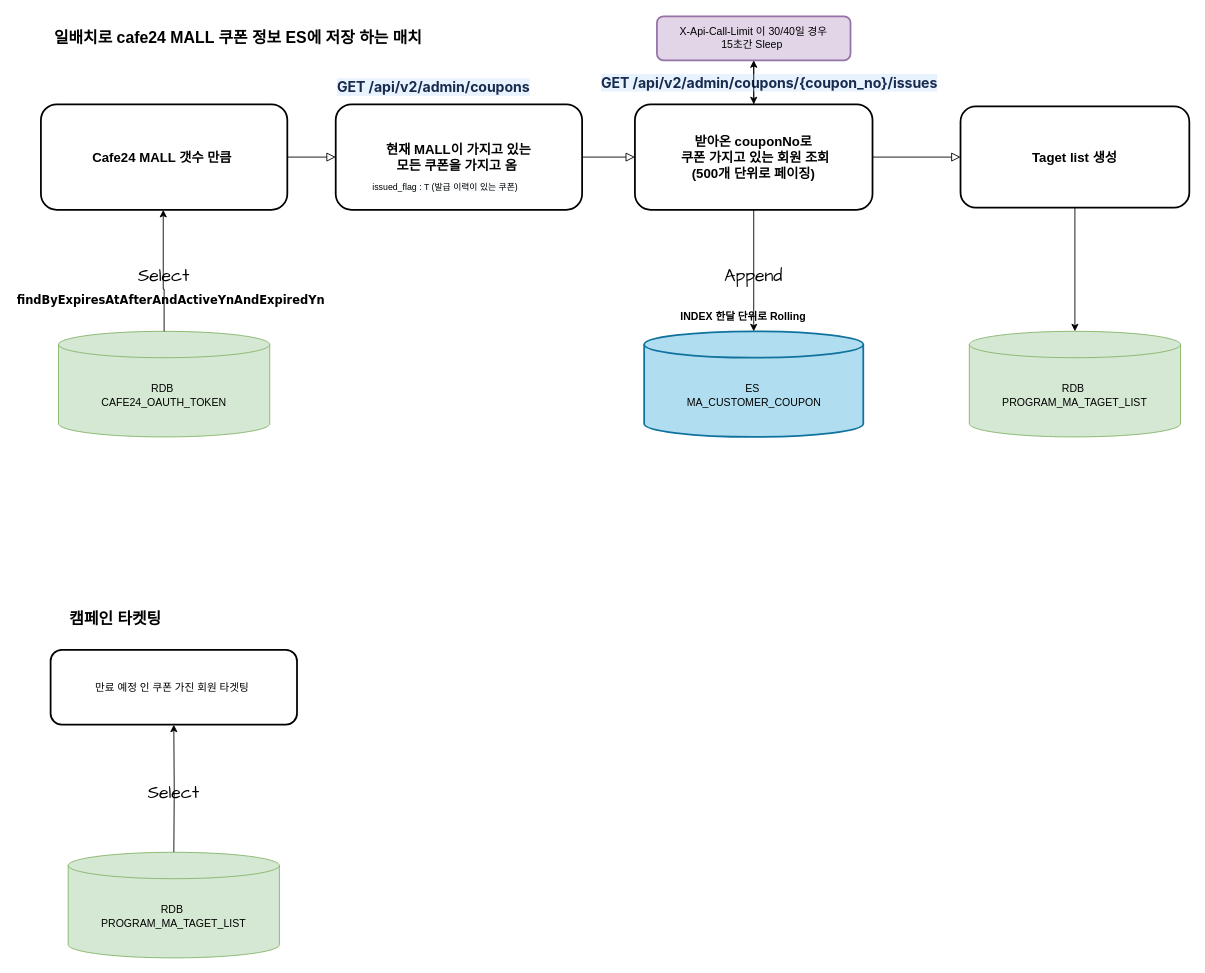
Earlier version of the draw.io diagram 쿠폰연계.drawio (jaero0725/draw_io). Source tidied: cells renumbered, new cells numbered last; positions are measured from the earlier drawing's top-left corner, leaving out a move shared by most shapes. Both pictures are drawn from the tidied source at 88%, with x=0, y=0 at pixel (15, 16).
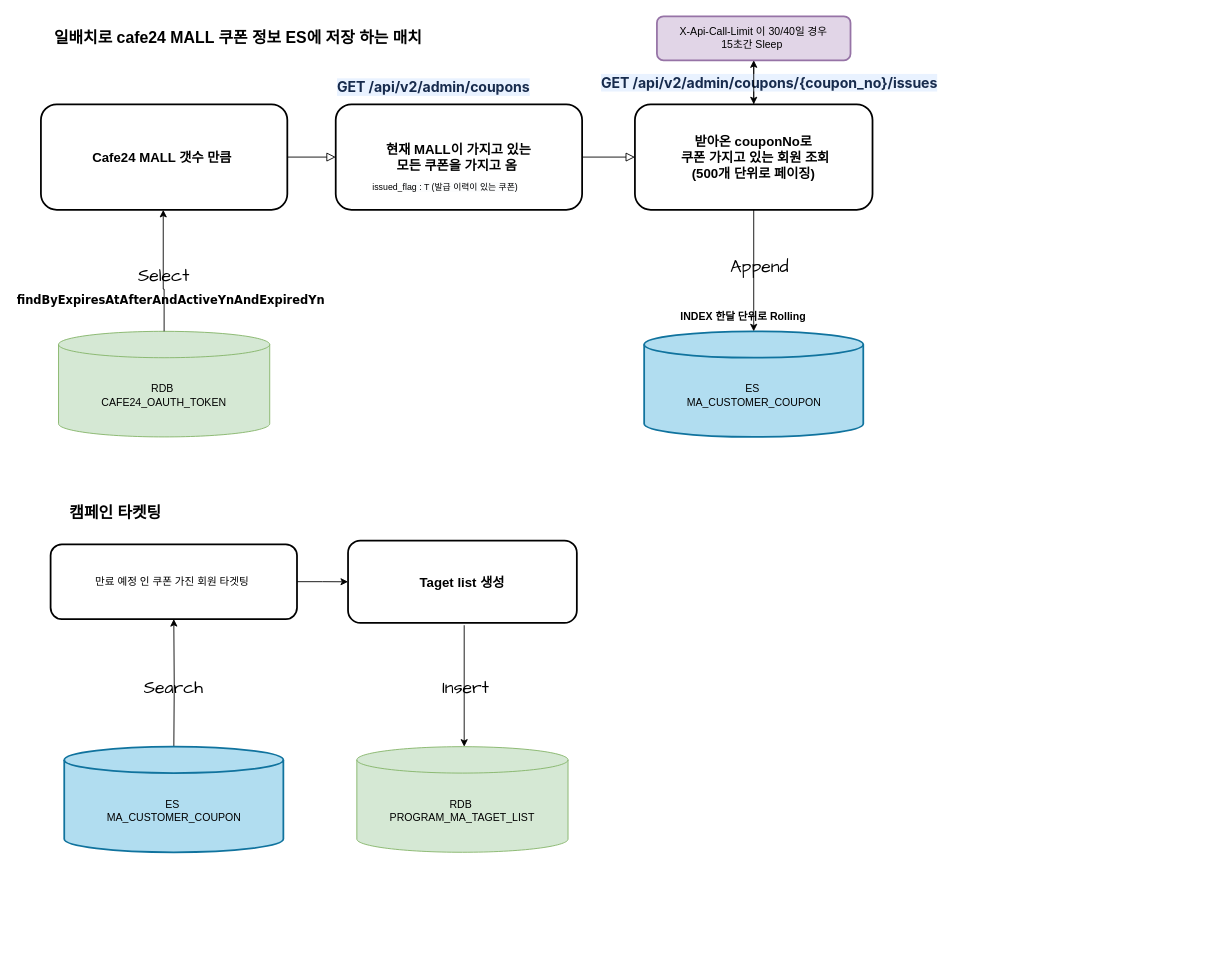
After the change.

Commit message:
쿠폰연계.drawio 업데이트

The change refers to these unchanged cells:
```xml
<mxCell id="5" value="&lt;b style=&quot;font-size: 15px;&quot;&gt;받아온 couponNo로&lt;br style=&quot;font-size: 15px;&quot;&gt;&amp;nbsp;쿠폰 가지고 있는 회원 조회&lt;br style=&quot;font-size: 15px;&quot;&gt;&amp;nbsp;(500개 단위로 페이징)&amp;nbsp;&lt;/b&gt;" style="rounded=1;whiteSpace=wrap;html=1;fontSize=15;glass=0;strokeWidth=2;shadow=0;labelBackgroundColor=none;" parent="1" vertex="1">
  <mxGeometry x="704" y="100" width="270" height="120" as="geometry" />
</mxCell>
```

The edit, as a diff of the source:
```diff
@@
     <mxCell id="12" value="&lt;span style=&quot;font-size: 18px;&quot;&gt;&lt;b&gt;캠페인 타켓팅&lt;br&gt;&lt;/b&gt;&lt;/span&gt;" style="text;strokeColor=none;align=center;fillColor=none;html=1;verticalAlign=middle;whiteSpace=wrap;rounded=0;" parent="1" vertex="1">
-      <mxGeometry x="14" y="660" width="200" height="50" as="geometry" />
+      <mxGeometry x="14" y="540" width="200" height="50" as="geometry" />
     </mxCell>
     <mxCell id="13" style="edgeStyle=orthogonalEdgeStyle;rounded=0;jettySize=auto;html=1;entryX=0.5;entryY=1;entryDx=0;entryDy=0;" parent="1" edge="1" target="14">
       <mxGeometry relative="1" as="geometry">
-        <mxPoint x="180" y="956" as="sourcePoint" />
+        <mxPoint x="180" y="836" as="sourcePoint" />
       </mxGeometry>
     </mxCell>
+    <mxCell id="31" style="edgeStyle=orthogonalEdgeStyle;rounded=0;jettySize=auto;html=1;" parent="1" edge="1" source="14" target="24">
+      <mxGeometry relative="1" as="geometry" />
+    </mxCell>
     <mxCell id="14" value="만료 예정 인 쿠폰 가진 회원 타겟팅&amp;nbsp;" style="rounded=1;whiteSpace=wrap;html=1;fontSize=12;glass=0;strokeWidth=2;shadow=0;labelBackgroundColor=none;" parent="1" vertex="1">
-      <mxGeometry x="40" y="720" width="280" height="85" as="geometry" />
+      <mxGeometry x="40" y="600" width="280" height="85" as="geometry" />
     </mxCell>
@@
-    <mxCell id="18" value="Append" style="whiteSpace=wrap;html=1;sketch=1;hachureGap=4;jiggle=2;curveFitting=1;fontFamily=Architects Daughter;fontSize=20;strokeColor=none;fillColor=none;" parent="1" vertex="1">
-      <mxGeometry x="747" y="280" width="184" height="28" as="geometry" />
+    <mxCell id="18" value="Insert" style="whiteSpace=wrap;html=1;sketch=1;hachureGap=4;jiggle=2;curveFitting=1;fontFamily=Architects Daughter;fontSize=20;strokeColor=none;fillColor=none;" parent="1" vertex="1">
+      <mxGeometry x="420" y="748" width="184" height="28" as="geometry" />
     </mxCell>
@@
-    <mxCell id="20" value="Select" style="whiteSpace=wrap;html=1;sketch=1;hachureGap=4;jiggle=2;curveFitting=1;fontFamily=Architects Daughter;fontSize=20;strokeColor=none;fillColor=none;" parent="1" vertex="1">
-      <mxGeometry x="120" y="868" width="120" height="28" as="geometry" />
+    <mxCell id="20" value="Search" style="whiteSpace=wrap;html=1;sketch=1;hachureGap=4;jiggle=2;curveFitting=1;fontFamily=Architects Daughter;fontSize=20;strokeColor=none;fillColor=none;" parent="1" vertex="1">
+      <mxGeometry x="120" y="748" width="120" height="28" as="geometry" />
     </mxCell>
@@
-    <mxCell id="24" value="&lt;b&gt;Taget list 생성&lt;/b&gt;" style="whiteSpace=wrap;html=1;rounded=1;glass=0;strokeWidth=2;shadow=0;labelBackgroundColor=none;fontSize=15;" parent="1" vertex="1">
-      <mxGeometry x="1074" y="102.5" width="260" height="115" as="geometry" />
-    </mxCell>
     <mxCell id="25" value="RDB&amp;nbsp;&lt;br&gt;PROGRAM_MA_TAGET_LIST" style="shape=cylinder3;whiteSpace=wrap;html=1;boundedLbl=1;backgroundOutline=1;size=15;fillColor=#d5e8d4;strokeColor=#82b366;" parent="1" vertex="1">
-      <mxGeometry x="1084" y="358" width="240" height="120" as="geometry" />
+      <mxGeometry x="388" y="830" width="240" height="120" as="geometry" />
     </mxCell>
-    <mxCell id="26" style="edgeStyle=orthogonalEdgeStyle;rounded=0;jettySize=auto;html=1;entryX=0.5;entryY=0;entryDx=0;entryDy=0;entryPerimeter=0;exitX=0.5;exitY=1;exitDx=0;exitDy=0;" parent="1" edge="1" source="24" target="25">
-      <mxGeometry relative="1" as="geometry" />
-    </mxCell>
-    <mxCell id="27" style="rounded=0;html=1;jettySize=auto;fontSize=11;endArrow=block;endFill=0;endSize=8;strokeWidth=1;shadow=0;labelBackgroundColor=none;edgeStyle=orthogonalEdgeStyle;fontColor=default;exitX=1;exitY=0.5;exitDx=0;exitDy=0;entryX=0;entryY=0.5;entryDx=0;entryDy=0;" parent="1" edge="1" source="5" target="24">
-      <mxGeometry relative="1" as="geometry" />
-    </mxCell>
@@
-    <mxCell id="30" value="RDB&amp;nbsp;&lt;br&gt;PROGRAM_MA_TAGET_LIST" style="shape=cylinder3;whiteSpace=wrap;html=1;boundedLbl=1;backgroundOutline=1;size=15;fillColor=#d5e8d4;strokeColor=#82b366;" parent="1" vertex="1">
-      <mxGeometry x="60" y="950" width="240" height="120" as="geometry" />
-    </mxCell>
+    <mxCell id="24" value="&lt;b&gt;Taget list 생성&lt;/b&gt;" style="whiteSpace=wrap;html=1;rounded=1;glass=0;strokeWidth=2;shadow=0;labelBackgroundColor=none;fontSize=15;" parent="1" vertex="1">
+      <mxGeometry x="378" y="595.8" width="260" height="93.5" as="geometry" />
+    </mxCell>
+    <mxCell id="32" value="ES&amp;nbsp;&lt;br&gt;MA_CUSTOMER_COUPON" style="shape=cylinder3;whiteSpace=wrap;html=1;boundedLbl=1;backgroundOutline=1;size=15;strokeWidth=2;labelBackgroundColor=none;fillColor=#b1ddf0;strokeColor=#10739e;" parent="1" vertex="1">
+      <mxGeometry x="55.5" y="830" width="249" height="120" as="geometry" />
+    </mxCell>
+    <mxCell id="33" style="edgeStyle=orthogonalEdgeStyle;rounded=0;orthogonalLoop=1;jettySize=auto;html=1;entryX=0.5;entryY=0;entryDx=0;entryDy=0;exitX=0.5;exitY=1;exitDx=0;exitDy=0;entryPerimeter=0;" parent="1" edge="1">
+      <mxGeometry relative="1" as="geometry">
+        <mxPoint x="510" y="692" as="sourcePoint" />
+        <mxPoint x="510" y="830" as="targetPoint" />
+      </mxGeometry>
+    </mxCell>
+    <mxCell id="34" value="Append" style="whiteSpace=wrap;html=1;sketch=1;hachureGap=4;jiggle=2;curveFitting=1;fontFamily=Architects Daughter;fontSize=20;strokeColor=none;fillColor=none;" parent="1" vertex="1">
+      <mxGeometry x="754" y="270" width="184" height="28" as="geometry" />
+    </mxCell>
```
